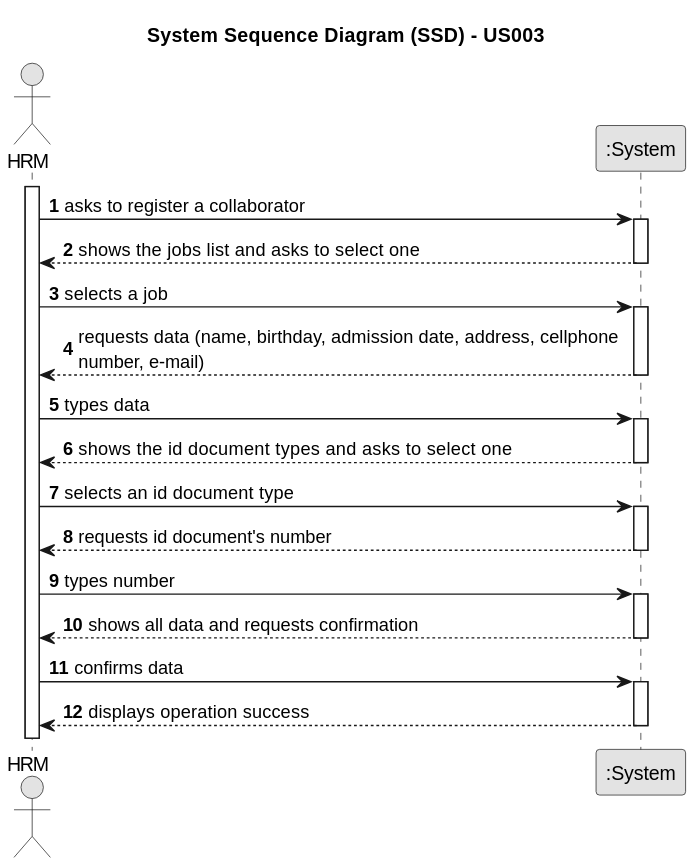
The PlantUML diagram docs/sprintB/us003/01.requirements-engineering/svg/us003-system-sequence-diagram.svg in Departamento-de-Engenharia-Informatica/lei-24-s2-1do-g164, before a commit.
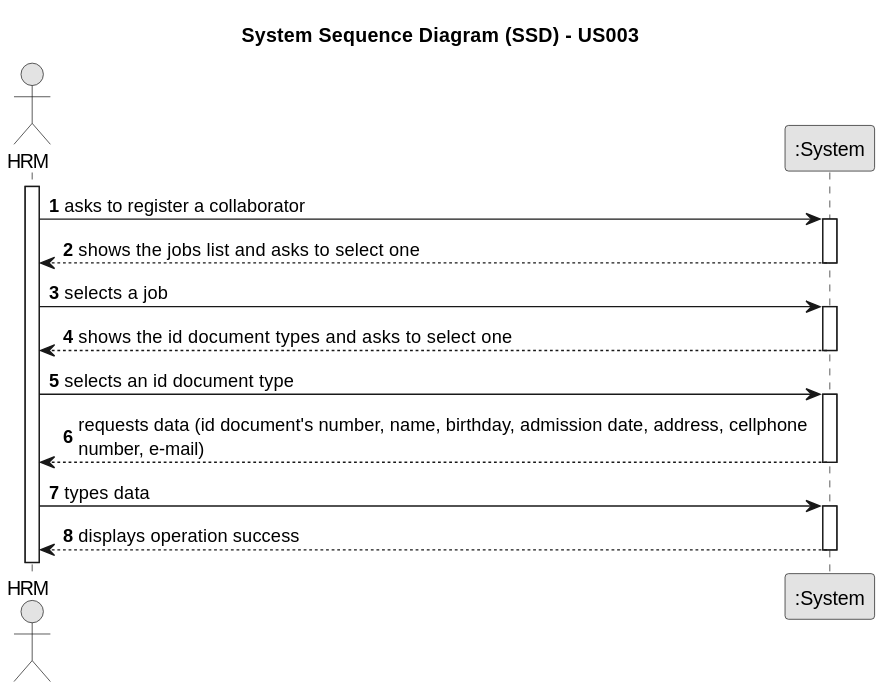
The same file after the commit.

Change to the diagram source:
```diff
@@ -21,29 +21,19 @@
     Employee -> System : selects a job
     activate System
 
-    System --> Employee : requests data (name, birthday, admission date, address, cellphone \nnumber, e-mail)
+System --> Employee : shows the  id document types and asks to select one
+    deactivate System
+
+    Employee -> System : selects an id document type
+        activate System
+
+    System --> Employee : requests data (id document's number, name, birthday, admission date, address, cellphone \nnumber, e-mail)
     deactivate System
 
     Employee -> System : types data
     activate System
 
-        System --> Employee : shows the  id document types and asks to select one
-    deactivate System
 
-    Employee -> System : selects an id document type
-        activate System
-
-            System --> Employee : requests id document's number
-        deactivate System
-
-    Employee -> System : types number
-        activate System
-
-            System --> Employee : shows all data and requests confirmation
-        deactivate System
-
-    Employee -> System : confirms data
-    activate System
 
     System --> Employee : displays operation success
     deactivate System
```
